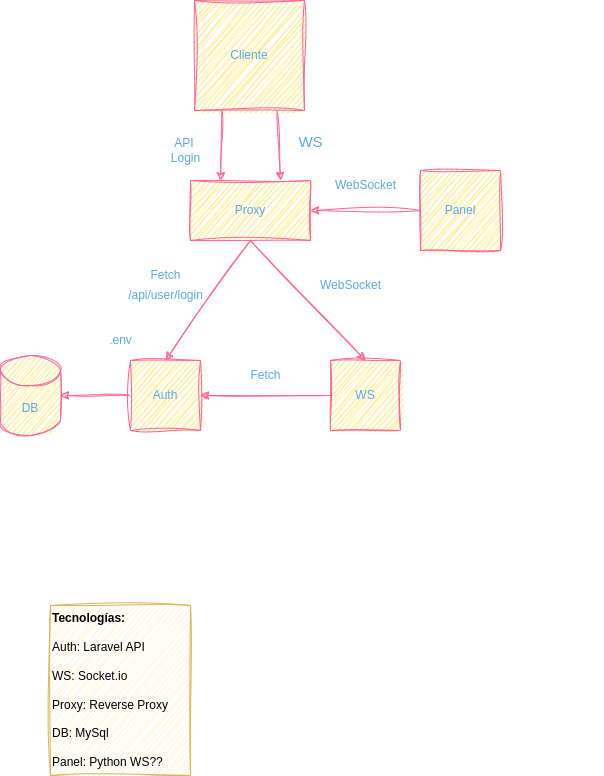
Mikegdro/SolarPanelApp keeps this draw.io diagram as Estructura.png. Above is the earlier version. Source tidied: cells renumbered, new cells last; positions are measured from the earlier drawing's top-left corner, leaving out a move shared by most shapes.
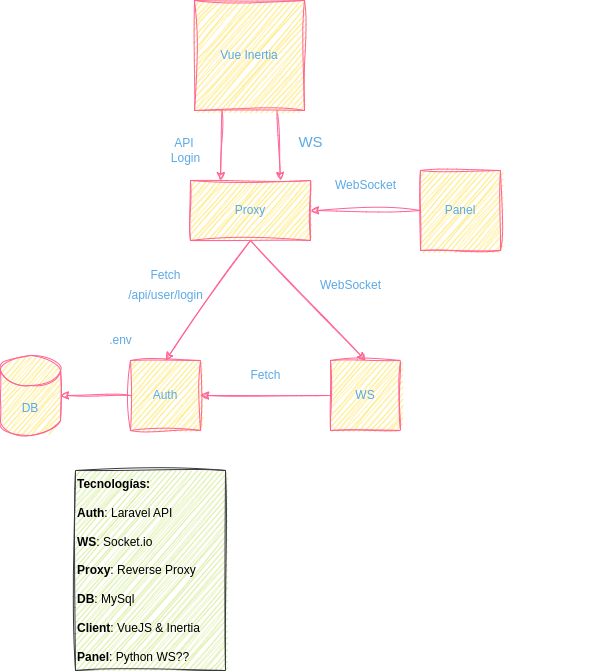
After the change.

Diff of the diagram source:
```diff
@@ -8,7 +8,7 @@
     <mxCell id="3" style="rounded=0;sketch=1;hachureGap=4;jiggle=2;curveFitting=1;jettySize=auto;html=1;exitX=0.75;exitY=1;exitDx=0;exitDy=0;entryX=0.75;entryY=0;entryDx=0;entryDy=0;fontFamily=Architects Daughter;fontSource=https%3A%2F%2Ffonts.googleapis.com%2Fcss%3Ffamily%3DArchitects%2BDaughter;fontSize=16;labelBackgroundColor=none;strokeColor=#FF6392;fontColor=default;" parent="1" edge="1" source="4" target="12">
       <mxGeometry relative="1" as="geometry" />
     </mxCell>
-    <mxCell id="4" value="Cliente" style="whiteSpace=wrap;html=1;labelBackgroundColor=none;fillColor=#FFE45E;strokeColor=#FF6392;fontColor=#5AA9E6;sketch=1;curveFitting=1;jiggle=2;" parent="1" vertex="1">
+    <mxCell id="4" value="Vue Inertia" style="whiteSpace=wrap;html=1;labelBackgroundColor=none;fillColor=#FFE45E;strokeColor=#FF6392;fontColor=#5AA9E6;sketch=1;curveFitting=1;jiggle=2;" parent="1" vertex="1">
       <mxGeometry x="194" width="110" height="110" as="geometry" />
     </mxCell>
     <mxCell id="5" value="DB" style="shape=cylinder3;whiteSpace=wrap;html=1;boundedLbl=1;backgroundOutline=1;size=15;labelBackgroundColor=none;fillColor=#FFE45E;strokeColor=#FF6392;fontColor=#5AA9E6;sketch=1;curveFitting=1;jiggle=2;" parent="1" vertex="1">
@@ -48,8 +48,8 @@
     <mxCell id="15" style="text;html=1;align=center;verticalAlign=middle;labelBackgroundColor=none;fontColor=#5AA9E6;sketch=1;curveFitting=1;jiggle=2;" parent="1" vertex="1">
       <mxGeometry x="553" y="538" width="50" height="30" as="geometry" />
     </mxCell>
-    <mxCell id="16" value="&lt;b&gt;Tecnologías:&lt;br&gt;&lt;br&gt;&lt;/b&gt;Auth: Laravel API&lt;br&gt;&lt;br&gt;WS: Socket.io&lt;br&gt;&lt;br&gt;Proxy: Reverse Proxy&lt;br&gt;&lt;br&gt;DB: MySql&lt;br&gt;&lt;br&gt;Panel: Python WS??" style="text;html=1;align=left;verticalAlign=middle;strokeColor=#d6b656;fillColor=#fff2cc;labelBackgroundColor=none;sketch=1;curveFitting=1;jiggle=2;" parent="1" vertex="1">
-      <mxGeometry x="50" y="605" width="140" height="170" as="geometry" />
+    <mxCell id="16" value="&lt;b&gt;Tecnologías:&lt;br&gt;&lt;br&gt;Auth&lt;/b&gt;: Laravel API&lt;br&gt;&lt;br&gt;&lt;b&gt;WS&lt;/b&gt;: Socket.io&lt;br&gt;&lt;br&gt;&lt;b&gt;Proxy&lt;/b&gt;: Reverse Proxy&lt;br&gt;&lt;br&gt;&lt;b&gt;DB&lt;/b&gt;: MySql&lt;br&gt;&lt;br&gt;&lt;b&gt;Client&lt;/b&gt;: VueJS &amp;amp; Inertia&lt;br&gt;&lt;br&gt;&lt;b&gt;Panel&lt;/b&gt;: Python WS??" style="text;html=1;align=left;verticalAlign=middle;labelBackgroundColor=none;sketch=1;curveFitting=1;jiggle=2;fillColor=#cdeb8b;strokeColor=#36393d;" parent="1" vertex="1">
+      <mxGeometry x="75" y="470" width="150" height="200" as="geometry" />
     </mxCell>
     <mxCell id="17" value="WS" style="whiteSpace=wrap;html=1;labelBackgroundColor=none;fillColor=#FFE45E;strokeColor=#FF6392;fontColor=#5AA9E6;sketch=1;curveFitting=1;jiggle=2;" parent="1" vertex="1">
       <mxGeometry x="330" y="360" width="70" height="70" as="geometry" />
```
